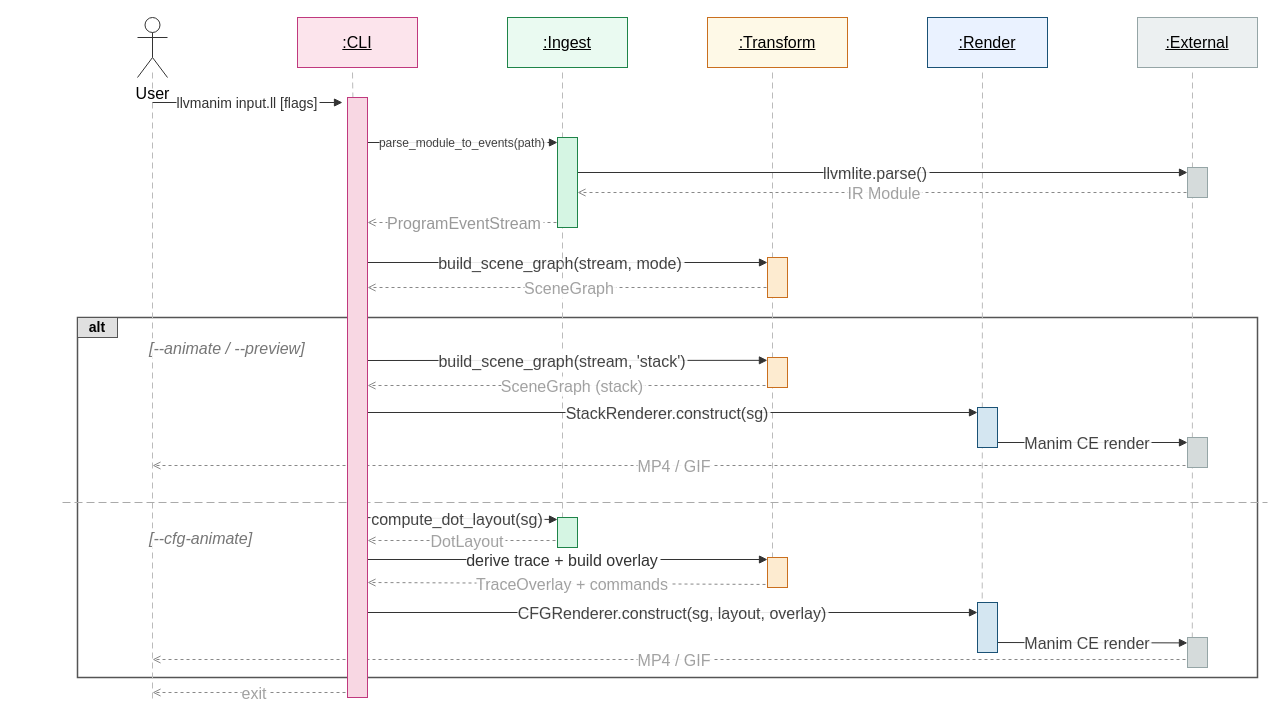
Above: page "05 CLI Flag Dispatch (UML Sequence)" (1 of 7) of images/architecture/05_cli_dispatch/05_cli_dispatch.drawio in ahmedzubair16dec/LLVManim (draw.io), before the change. Source tidied: cells renumbered, new cells numbered last; positions are measured from the earlier drawing's top-left corner, leaving out a move shared by most shapes. Both pictures are drawn from the tidied source at 100%, with x=0, y=0 at pixel (62, 17).
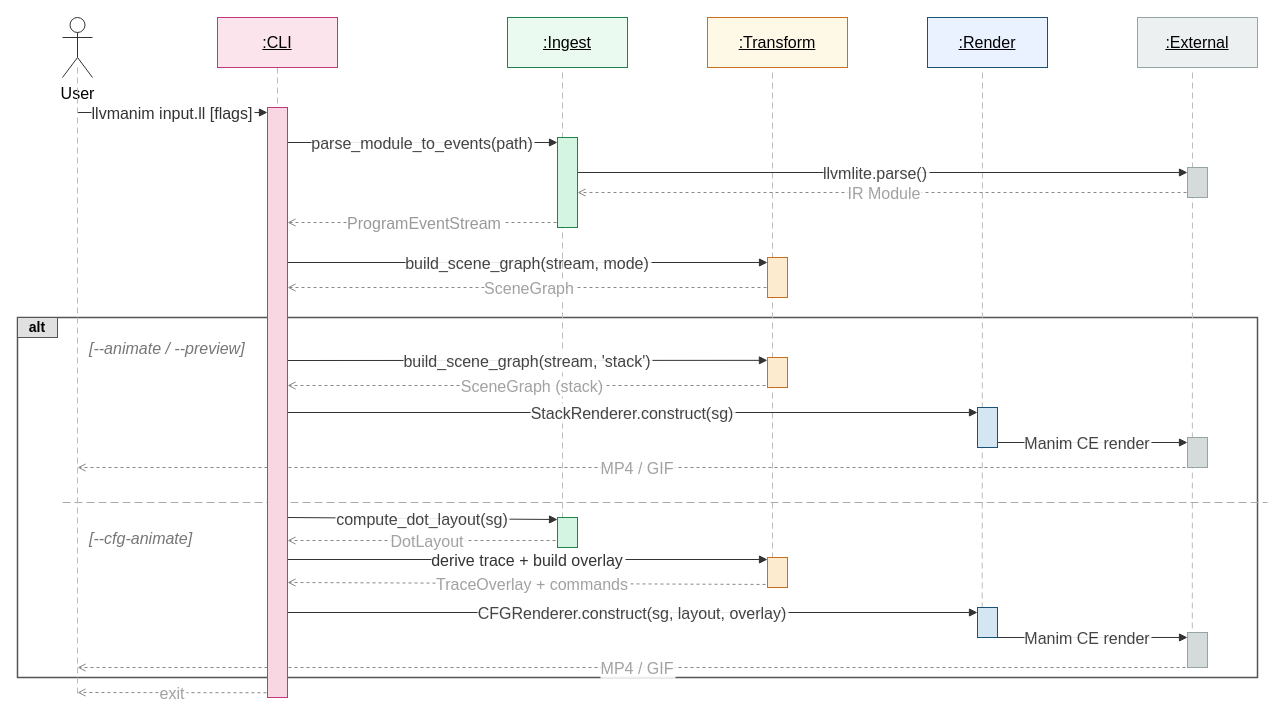
The same page after the edit.

Commit message (it also covers changes not shown here):
Update CLI dispatch diagrams and proposal document for improved clarity

The change refers to these unchanged cells:
```xml
<mxCell id="39" style="rounded=0;fillColor=#fdebd0;strokeColor=#ca6f1e;fontSize=16;" parent="1" vertex="1">
  <mxGeometry x="705" y="340" width="20" height="30" as="geometry" />
</mxCell>
<mxCell id="41" style="rounded=0;fillColor=#d5dbdb;strokeColor=#95a5a6;fontSize=16;" parent="1" vertex="1">
  <mxGeometry x="1125" y="420" width="20" height="30" as="geometry" />
</mxCell>
<mxCell id="48" style="rounded=0;fillColor=#d5f5e3;strokeColor=#1e8449;fontSize=16;" parent="1" vertex="1">
  <mxGeometry x="495" y="500" width="20" height="30" as="geometry" />
</mxCell>
```

Change to the diagram source:
```diff
@@
     <mxCell id="2" style="rounded=0;whiteSpace=wrap;html=1;fillColor=none;strokeColor=#555555;strokeWidth=1.5;fontSize=16;" parent="1" vertex="1">
-      <mxGeometry x="15" y="300" width="1180" height="360" as="geometry" />
+      <mxGeometry x="-45" y="300" width="1240" height="360" as="geometry" />
     </mxCell>
     <mxCell id="3" value="build_scene_graph(stream, mode)" style="endArrow=block;endFill=1;strokeColor=#333333;fontFamily=Helvetica;fontSize=16;fontColor=#333333;textOpacity=90;" parent="1" edge="1">
       <mxGeometry relative="1" as="geometry">
-        <mxPoint x="290" y="245" as="sourcePoint" />
+        <mxPoint x="225" y="245" as="sourcePoint" />
         <mxPoint x="705" y="245" as="targetPoint" />
       </mxGeometry>
     </mxCell>
@@
     <mxCell id="5" value="CFGRenderer.construct(sg, layout, overlay)" style="endArrow=block;endFill=1;strokeColor=#333333;fontFamily=Helvetica;fontSize=16;fontColor=#333333;textOpacity=90;" parent="1" edge="1">
       <mxGeometry relative="1" as="geometry">
-        <mxPoint x="305" y="595" as="sourcePoint" />
+        <mxPoint x="225" y="595" as="sourcePoint" />
         <mxPoint x="915" y="595" as="targetPoint" />
       </mxGeometry>
     </mxCell>
-    <mxCell id="6" value="exit" style="endArrow=open;endFill=0;dashed=1;strokeColor=#888888;fontFamily=Helvetica;fontSize=16;fontColor=#999999;textOpacity=90;" parent="1" edge="1">
+    <mxCell id="6" value="exit" style="endArrow=open;endFill=0;dashed=1;strokeColor=#888888;fontFamily=Helvetica;fontSize=16;fontColor=#999999;textOpacity=90;exitX=-0.053;exitY=0.992;exitDx=0;exitDy=0;exitPerimeter=0;" parent="1" edge="1" source="49">
       <mxGeometry relative="1" as="geometry">
-        <mxPoint x="295" y="675" as="sourcePoint" />
-        <mxPoint x="90" y="675" as="targetPoint" />
+        <mxPoint x="15" y="675" as="targetPoint" />
       </mxGeometry>
     </mxCell>
     <mxCell id="7" value="compute_dot_layout(sg)" style="endArrow=block;endFill=1;strokeColor=#333333;fontFamily=Helvetica;fontSize=16;fontColor=#333333;entryX=0.002;entryY=0.067;entryDx=0;entryDy=0;entryPerimeter=0;textOpacity=90;" parent="1" edge="1" target="48">
       <mxGeometry relative="1" as="geometry">
-        <mxPoint x="295" y="500" as="sourcePoint" />
+        <mxPoint x="225" y="500" as="sourcePoint" />
       </mxGeometry>
     </mxCell>
-    <mxCell id="8" style="endArrow=none;dashed=1;strokeColor=#bbbbbb;dashPattern=6 4;fontSize=16;" parent="1" edge="1">
-      <mxGeometry relative="1" as="geometry">
-        <mxPoint x="90" y="55" as="sourcePoint" />
-        <mxPoint x="90" y="685" as="targetPoint" />
-      </mxGeometry>
-    </mxCell>
-    <mxCell id="9" style="endArrow=none;dashed=1;strokeColor=#bbbbbb;dashPattern=6 4;fontSize=16;" parent="1" edge="1" target="49">
-      <mxGeometry relative="1" as="geometry">
-        <mxPoint x="290" y="55" as="sourcePoint" />
-      </mxGeometry>
+    <mxCell id="9" style="endArrow=none;dashed=1;strokeColor=#bbbbbb;dashPattern=6 4;fontSize=16;exitX=0.5;exitY=1;exitDx=0;exitDy=0;" parent="1" edge="1" source="14" target="49">
+      <mxGeometry relative="1" as="geometry" />
     </mxCell>
@@
     <mxCell id="13" value="User" style="shape=umlActor;verticalLabelPosition=bottom;verticalAlign=top;html=1;fontFamily=Helvetica;fontSize=16;strokeColor=#333333;" parent="1" vertex="1">
-      <mxGeometry x="75" width="30" height="60" as="geometry" />
+      <mxGeometry width="30" height="60" as="geometry" />
     </mxCell>
     <mxCell id="14" value=":CLI" style="rounded=0;whiteSpace=wrap;html=1;fillColor=#fce4ec;strokeColor=#c0397e;fontFamily=Helvetica;fontSize=16;fontStyle=4;" parent="1" vertex="1">
-      <mxGeometry x="235" width="120" height="50" as="geometry" />
+      <mxGeometry x="155" width="120" height="50" as="geometry" />
     </mxCell>
@@
-    <mxCell id="19" value="llvmanim input.ll [flags]" style="endArrow=block;endFill=1;strokeColor=#333333;fontFamily=Helvetica;fontSize=14;fontColor=#333333;" parent="1" edge="1">
+    <mxCell id="19" value="llvmanim input.ll [flags]" style="endArrow=block;endFill=1;strokeColor=#333333;fontFamily=Helvetica;fontSize=16;fontColor=#333333;verticalAlign=middle;" parent="1" edge="1">
       <mxGeometry relative="1" as="geometry">
-        <mxPoint x="90" y="85" as="sourcePoint" />
-        <mxPoint x="280" y="85" as="targetPoint" />
+        <mxPoint x="15" y="95" as="sourcePoint" />
+        <mxPoint x="205" y="95" as="targetPoint" />
       </mxGeometry>
     </mxCell>
-    <mxCell id="20" value="parse_module_to_events(path)" style="endArrow=block;endFill=1;strokeColor=#333333;fontFamily=Helvetica;fontSize=12;fontColor=#333333;textOpacity=90;" parent="1" edge="1">
+    <mxCell id="20" value="parse_module_to_events(path)" style="endArrow=block;endFill=1;strokeColor=#333333;fontFamily=Helvetica;fontSize=16;fontColor=#333333;textOpacity=90;" parent="1" edge="1">
       <mxGeometry relative="1" as="geometry">
-        <mxPoint x="305" y="125" as="sourcePoint" />
+        <mxPoint x="225" y="125" as="sourcePoint" />
         <mxPoint x="495" y="125" as="targetPoint" />
       </mxGeometry>
     </mxCell>
@@
     <mxCell id="23" value="ProgramEventStream" style="endArrow=open;endFill=0;dashed=1;strokeColor=#888888;fontFamily=Helvetica;fontSize=16;fontColor=#999999;" parent="1" edge="1">
       <mxGeometry relative="1" as="geometry">
         <mxPoint x="500" y="205" as="sourcePoint" />
-        <mxPoint x="305" y="205" as="targetPoint" />
+        <mxPoint x="225" y="205" as="targetPoint" />
       </mxGeometry>
     </mxCell>
     <mxCell id="24" value="SceneGraph (stack)" style="endArrow=open;endFill=0;dashed=1;strokeColor=#888888;fontFamily=Helvetica;fontSize=16;fontColor=#999999;textOpacity=90;" parent="1" edge="1">
       <mxGeometry relative="1" as="geometry">
         <mxPoint x="715" y="368" as="sourcePoint" />
-        <mxPoint x="305" y="368" as="targetPoint" />
+        <mxPoint x="225" y="368" as="targetPoint" />
       </mxGeometry>
     </mxCell>
     <mxCell id="25" value="SceneGraph" style="endArrow=open;endFill=0;dashed=1;strokeColor=#888888;fontFamily=Helvetica;fontSize=16;fontColor=#999999;textOpacity=90;" parent="1" edge="1">
       <mxGeometry relative="1" as="geometry">
         <mxPoint x="710" y="270" as="sourcePoint" />
-        <mxPoint x="305" y="270" as="targetPoint" />
+        <mxPoint x="225" y="270" as="targetPoint" />
       </mxGeometry>
     </mxCell>
     <mxCell id="26" value="alt" style="rounded=0;whiteSpace=wrap;html=1;fillColor=#e0e0e0;strokeColor=#555555;fontFamily=Helvetica;fontSize=14;fontStyle=1;" parent="1" vertex="1">
-      <mxGeometry x="15" y="300" width="40" height="20" as="geometry" />
+      <mxGeometry x="-45" y="300" width="40" height="20" as="geometry" />
     </mxCell>
     <mxCell id="27" value="build_scene_graph(stream, 'stack')" style="endArrow=block;endFill=1;strokeColor=#333333;fontFamily=Helvetica;fontSize=16;fontColor=#333333;entryX=-0.004;entryY=0.095;entryDx=0;entryDy=0;entryPerimeter=0;textOpacity=90;" parent="1" edge="1" target="39">
       <mxGeometry relative="1" as="geometry">
-        <mxPoint x="295" y="343" as="sourcePoint" />
+        <mxPoint x="225" y="343" as="sourcePoint" />
       </mxGeometry>
     </mxCell>
     <mxCell id="28" value="[--animate / --preview]" style="text;fillColor=none;strokeColor=none;fontFamily=Helvetica;fontSize=16;fontColor=#555555;align=left;fontStyle=2;verticalAlign=middle;textOpacity=80;labelBackgroundColor=default;" parent="1" vertex="1">
-      <mxGeometry x="85" y="320" width="170" height="20" as="geometry" />
+      <mxGeometry x="25" y="320" width="170" height="20" as="geometry" />
     </mxCell>
     <mxCell id="29" value="StackRenderer.construct(sg)" style="endArrow=block;endFill=1;strokeColor=#333333;fontFamily=Helvetica;fontSize=16;fontColor=#333333;textOpacity=90;" parent="1" edge="1">
       <mxGeometry relative="1" as="geometry">
-        <mxPoint x="295" y="395" as="sourcePoint" />
+        <mxPoint x="225" y="395" as="sourcePoint" />
         <mxPoint x="915" y="395" as="targetPoint" />
       </mxGeometry>
     </mxCell>
@@
-    <mxCell id="31" value="MP4 / GIF" style="endArrow=open;endFill=0;strokeColor=#888888;fontFamily=Helvetica;fontSize=16;fontColor=#999999;rounded=1;dashed=1;align=center;verticalAlign=middle;labelBackgroundColor=default;textOpacity=90;" parent="1" edge="1">
+    <mxCell id="31" value="MP4 / GIF" style="endArrow=open;endFill=0;strokeColor=#888888;fontFamily=Helvetica;fontSize=16;fontColor=#999999;rounded=1;dashed=1;align=center;verticalAlign=middle;labelBackgroundColor=default;textOpacity=90;exitX=0.5;exitY=1;exitDx=0;exitDy=0;" parent="1" edge="1" source="41">
       <mxGeometry relative="1" as="geometry">
-        <mxPoint x="1135" y="448" as="sourcePoint" />
-        <mxPoint x="90" y="448" as="targetPoint" />
+        <mxPoint x="15" y="450" as="targetPoint" />
       </mxGeometry>
     </mxCell>
@@
     <mxCell id="33" value="[--cfg-animate]" style="text;fillColor=none;strokeColor=none;fontFamily=Helvetica;fontSize=16;fontColor=#555555;align=left;fontStyle=2;verticalAlign=middle;labelBackgroundColor=default;textOpacity=80;" parent="1" vertex="1">
-      <mxGeometry x="85" y="510" width="110" height="20" as="geometry" />
+      <mxGeometry x="25" y="510" width="110" height="20" as="geometry" />
     </mxCell>
     <mxCell id="34" value="DotLayout" style="endArrow=open;endFill=0;dashed=1;strokeColor=#888888;fontFamily=Helvetica;fontSize=16;fontColor=#999999;textOpacity=90;" parent="1" edge="1">
       <mxGeometry relative="1" as="geometry">
         <mxPoint x="505" y="523" as="sourcePoint" />
-        <mxPoint x="305" y="523" as="targetPoint" />
+        <mxPoint x="225" y="523" as="targetPoint" />
       </mxGeometry>
     </mxCell>
     <mxCell id="35" value="derive trace + build overlay" style="endArrow=block;endFill=1;strokeColor=#333333;fontFamily=Helvetica;fontSize=16;fontColor=#333333;" parent="1" edge="1">
       <mxGeometry relative="1" as="geometry">
-        <mxPoint x="295" y="542" as="sourcePoint" />
+        <mxPoint x="225" y="542" as="sourcePoint" />
         <mxPoint x="705" y="542" as="targetPoint" />
       </mxGeometry>
     </mxCell>
     <mxCell id="36" value="TraceOverlay + commands" style="endArrow=open;endFill=0;dashed=1;strokeColor=#888888;fontFamily=Helvetica;fontSize=16;fontColor=#999999;textOpacity=90;" parent="1" edge="1">
       <mxGeometry relative="1" as="geometry">
         <mxPoint x="715" y="567" as="sourcePoint" />
-        <mxPoint x="305" y="565" as="targetPoint" />
+        <mxPoint x="225" y="565" as="targetPoint" />
       </mxGeometry>
     </mxCell>
-    <mxCell id="37" value="Manim CE render" style="endArrow=block;endFill=1;strokeColor=#333333;fontFamily=Helvetica;fontSize=16;fontColor=#333333;entryX=-0.002;entryY=0.18;entryDx=0;entryDy=0;entryPerimeter=0;textOpacity=90;exitX=-0.002;exitY=0.18;exitDx=0;exitDy=0;exitPerimeter=0;" parent="1" edge="1" target="42">
-      <mxGeometry relative="1" as="geometry">
-        <mxPoint x="925" y="625" as="sourcePoint" />
-      </mxGeometry>
+    <mxCell id="37" value="Manim CE render" style="endArrow=block;endFill=1;strokeColor=#333333;fontFamily=Helvetica;fontSize=16;fontColor=#333333;textOpacity=90;exitX=0.5;exitY=1;exitDx=0;exitDy=0;entryX=0.002;entryY=0.142;entryDx=0;entryDy=0;entryPerimeter=0;" parent="1" edge="1" source="43" target="42">
+      <mxGeometry relative="1" as="geometry" />
     </mxCell>
-    <mxCell id="38" value="MP4 / GIF" style="endArrow=open;endFill=0;strokeColor=#888888;fontFamily=Helvetica;fontSize=16;fontColor=#999999;rounded=1;dashed=1;align=center;verticalAlign=middle;labelBackgroundColor=default;textOpacity=90;" parent="1" edge="1">
+    <mxCell id="38" value="MP4 / GIF" style="endArrow=open;endFill=0;strokeColor=#888888;fontFamily=Helvetica;fontSize=16;fontColor=#999999;rounded=1;dashed=1;align=center;verticalAlign=middle;labelBackgroundColor=default;textOpacity=90;exitX=0.5;exitY=1;exitDx=0;exitDy=0;" parent="1" edge="1" source="42">
       <mxGeometry relative="1" as="geometry">
-        <mxPoint x="1135" y="642" as="sourcePoint" />
-        <mxPoint x="90" y="642" as="targetPoint" />
+        <mxPoint x="15" y="650" as="targetPoint" />
       </mxGeometry>
     </mxCell>
@@
     <mxCell id="42" style="rounded=0;fillColor=#d5dbdb;strokeColor=#95a5a6;fontSize=16;" parent="1" vertex="1">
-      <mxGeometry x="1125" y="620" width="20" height="30" as="geometry" />
+      <mxGeometry x="1125" y="615" width="20" height="35" as="geometry" />
     </mxCell>
     <mxCell id="43" style="rounded=0;fillColor=#d4e6f1;strokeColor=#1a5276;fontSize=16;" parent="1" vertex="1">
-      <mxGeometry x="915" y="585" width="20" height="50" as="geometry" />
+      <mxGeometry x="915" y="590" width="20" height="30" as="geometry" />
     </mxCell>
@@
     <mxCell id="49" style="rounded=0;fillColor=#f8d7e3;strokeColor=#c0397e;fontSize=16;" parent="1" vertex="1">
-      <mxGeometry x="285" y="80" width="20" height="600" as="geometry" />
+      <mxGeometry x="205" y="90" width="20" height="590" as="geometry" />
     </mxCell>
+    <mxCell id="8" style="endArrow=none;dashed=1;strokeColor=#bbbbbb;dashPattern=6 4;fontSize=16;" parent="1" edge="1">
+      <mxGeometry relative="1" as="geometry">
+        <mxPoint x="15" y="50" as="sourcePoint" />
+        <mxPoint x="15" y="680" as="targetPoint" />
+      </mxGeometry>
+    </mxCell>
```
